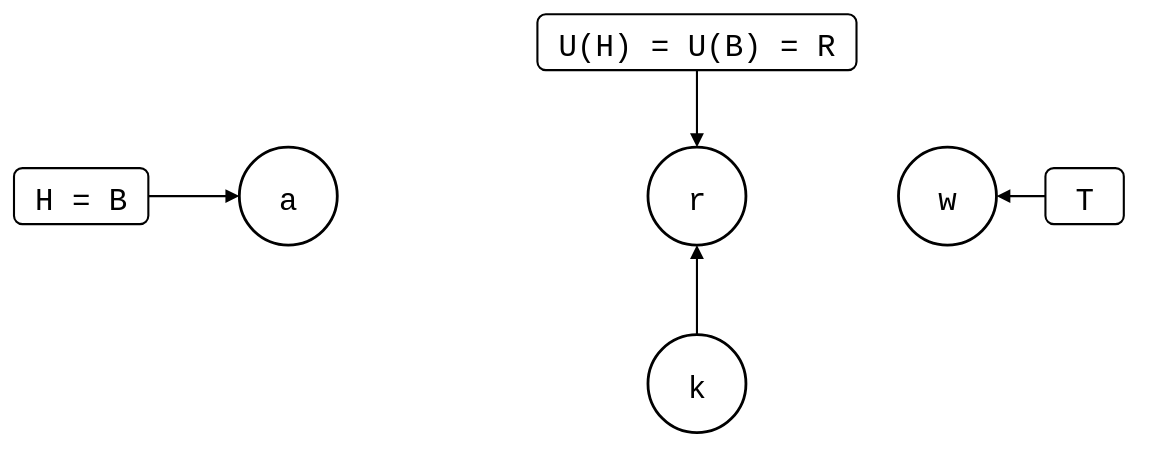
Above: test/scenarios/upstream-rewritten-equal-tree/upstream-rewritten-equal-tree.drawio.svg in roschaefer/git-splice (draw.io), before the change. Source tidied: cells renumbered, new cells last; positions are measured from the earlier drawing's top-left corner, leaving out a move shared by most shapes. The source it was exported from:
```xml
<mxGraphModel background="#ffffff">
  <root>
    <mxCell id="0" />
    <mxCell id="1" parent="0" />
    <mxCell id="2" value="a" style="ellipse;strokeWidth=2;fontSize=22;fontFamily=Roboto Mono,monospace;" parent="1" vertex="1">
      <mxGeometry x="161" y="95" width="70" height="70" as="geometry" />
    </mxCell>
    <mxCell id="3" value="k" style="ellipse;strokeWidth=2;fontSize=22;fontFamily=Roboto Mono,monospace;" parent="1" vertex="1">
      <mxGeometry x="453" y="229" width="70" height="70" as="geometry" />
    </mxCell>
    <mxCell id="4" value="r" style="ellipse;strokeWidth=2;fontSize=22;fontFamily=Roboto Mono,monospace;" parent="1" vertex="1">
      <mxGeometry x="453" y="95" width="70" height="70" as="geometry" />
    </mxCell>
    <mxCell id="5" value="w" style="ellipse;strokeWidth=2;fontSize=22;fontFamily=Roboto Mono,monospace;" parent="1" vertex="1">
      <mxGeometry x="632" y="95" width="70" height="70" as="geometry" />
    </mxCell>
    <mxCell id="6" value="H = B" style="rounded=1;strokeWidth=1.5;fontSize=22;fontFamily=Roboto Mono,monospace;" parent="1" vertex="1">
      <mxGeometry y="110" width="96" height="40" as="geometry" />
    </mxCell>
    <mxCell id="7" value="U(H) = U(B) = R" style="rounded=1;strokeWidth=1.5;fontSize=22;fontFamily=Roboto Mono,monospace;" parent="1" vertex="1">
      <mxGeometry x="374" width="228" height="40" as="geometry" />
    </mxCell>
    <mxCell id="8" value="T" style="rounded=1;strokeWidth=1.5;fontSize=22;fontFamily=Roboto Mono,monospace;" parent="1" vertex="1">
      <mxGeometry x="737" y="110" width="56" height="40" as="geometry" />
    </mxCell>
    <mxCell id="9" style="endArrow=block;endFill=1;html=1;strokeWidth=1.5;rounded=0;" parent="1" edge="1" source="3" target="4">
      <mxGeometry relative="1" as="geometry" />
    </mxCell>
    <mxCell id="10" style="endArrow=block;endFill=1;html=1;strokeWidth=1.5;rounded=0;" parent="1" edge="1" source="6" target="2">
      <mxGeometry relative="1" as="geometry" />
    </mxCell>
    <mxCell id="11" style="endArrow=block;endFill=1;html=1;strokeWidth=1.5;rounded=0;" parent="1" edge="1" source="7" target="4">
      <mxGeometry relative="1" as="geometry" />
    </mxCell>
    <mxCell id="12" style="endArrow=block;endFill=1;html=1;strokeWidth=1.5;rounded=0;" parent="1" edge="1" source="8" target="5">
      <mxGeometry relative="1" as="geometry" />
    </mxCell>
  </root>
</mxGraphModel>
```
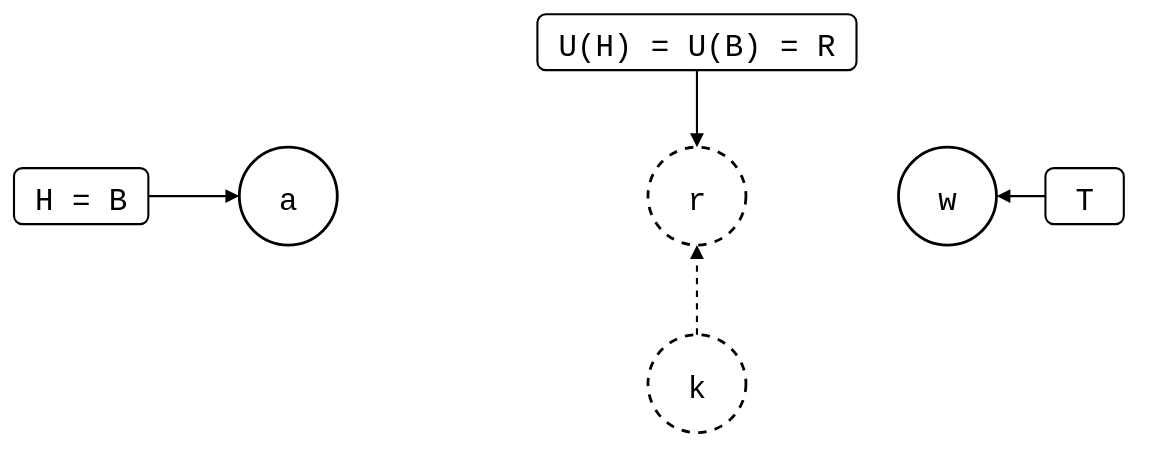
Above is the later version.

What changed in the source:
```diff
@@ -5,10 +5,10 @@
     <mxCell id="2" value="a" style="ellipse;strokeWidth=2;fontSize=22;fontFamily=Roboto Mono,monospace;" parent="1" vertex="1">
       <mxGeometry x="161" y="95" width="70" height="70" as="geometry" />
     </mxCell>
-    <mxCell id="3" value="k" style="ellipse;strokeWidth=2;fontSize=22;fontFamily=Roboto Mono,monospace;" parent="1" vertex="1">
+    <mxCell id="3" value="k" style="ellipse;strokeWidth=2;fontSize=22;fontFamily=Roboto Mono,monospace;dashed=1;" parent="1" vertex="1">
       <mxGeometry x="453" y="229" width="70" height="70" as="geometry" />
     </mxCell>
-    <mxCell id="4" value="r" style="ellipse;strokeWidth=2;fontSize=22;fontFamily=Roboto Mono,monospace;" parent="1" vertex="1">
+    <mxCell id="4" value="r" style="ellipse;strokeWidth=2;fontSize=22;fontFamily=Roboto Mono,monospace;dashed=1;" parent="1" vertex="1">
       <mxGeometry x="453" y="95" width="70" height="70" as="geometry" />
     </mxCell>
     <mxCell id="5" value="w" style="ellipse;strokeWidth=2;fontSize=22;fontFamily=Roboto Mono,monospace;" parent="1" vertex="1">
@@ -23,7 +23,7 @@
     <mxCell id="8" value="T" style="rounded=1;strokeWidth=1.5;fontSize=22;fontFamily=Roboto Mono,monospace;" parent="1" vertex="1">
       <mxGeometry x="737" y="110" width="56" height="40" as="geometry" />
     </mxCell>
-    <mxCell id="9" style="endArrow=block;endFill=1;html=1;strokeWidth=1.5;rounded=0;" parent="1" edge="1" source="3" target="4">
+    <mxCell id="9" style="endArrow=block;endFill=1;html=1;strokeWidth=1.5;rounded=0;dashed=1;" parent="1" edge="1" source="3" target="4">
       <mxGeometry relative="1" as="geometry" />
     </mxCell>
     <mxCell id="10" style="endArrow=block;endFill=1;html=1;strokeWidth=1.5;rounded=0;" parent="1" edge="1" source="6" target="2">
```
